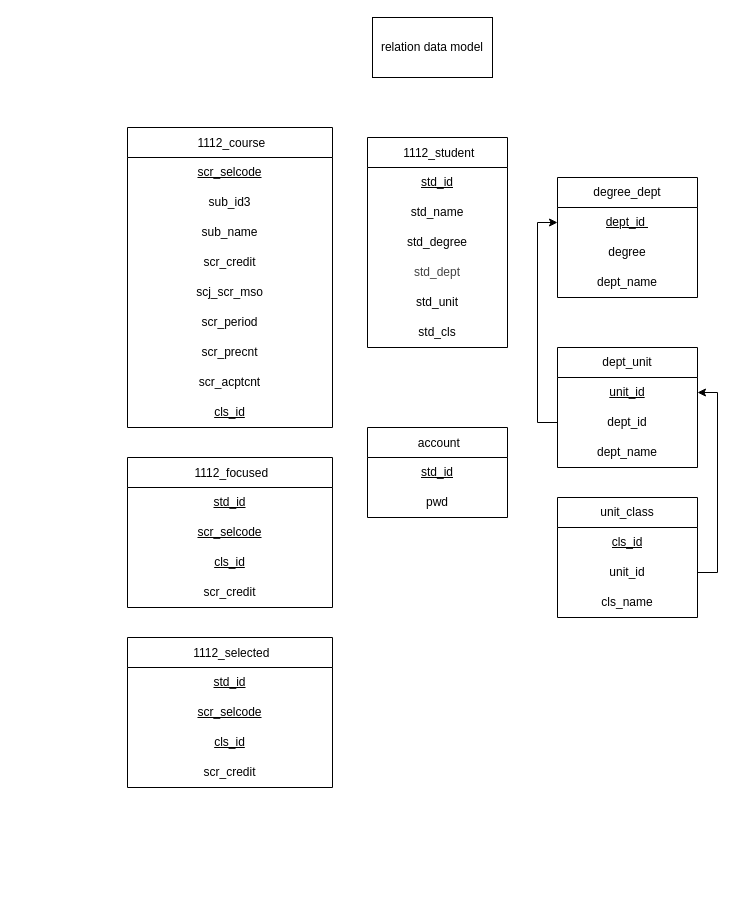
Earlier version of the draw.io diagram DB Schema 設計/relation data model.drawio (SparrowTen/FCU_CourseSearch). Source tidied: cells renumbered, new cells numbered last; positions are measured from the earlier drawing's top-left corner, leaving out a move shared by most shapes. Both pictures are drawn from the tidied source at 100%, with x=0, y=0 at pixel (127, 17).
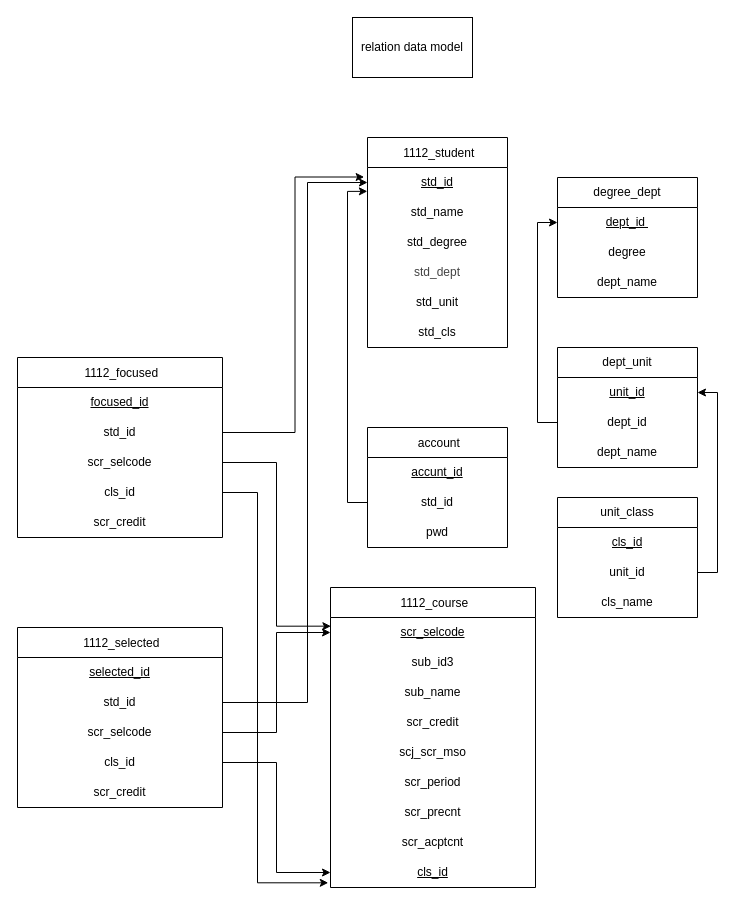
The same page after the edit.

Commit message:
新增foreign key

The change refers to these unchanged cells:
```xml
<mxCell id="4" value="scr_selcode" style="text;strokeColor=none;fillColor=none;align=center;verticalAlign=middle;spacingLeft=4;spacingRight=4;overflow=hidden;points=[[0,0.5],[1,0.5]];portConstraint=eastwest;whiteSpace=wrap;html=1;fontStyle=4;fontFamily=Helvetica;fontSize=12;" parent="3" vertex="1">
  <mxGeometry y="30" width="205" height="30" as="geometry" />
</mxCell>
<mxCell id="12" value="&lt;div style=&quot;line-height: 19px; font-size: 12px;&quot;&gt;&lt;font style=&quot;font-size: 12px;&quot;&gt;cls_id&lt;/font&gt;&lt;br style=&quot;font-size: 12px;&quot;&gt;&lt;/div&gt;" style="text;strokeColor=none;fillColor=none;align=center;verticalAlign=middle;spacingLeft=4;spacingRight=4;overflow=hidden;points=[[0,0.5],[1,0.5]];portConstraint=eastwest;html=1;whiteSpace=wrap;labelBackgroundColor=none;fontColor=default;fontFamily=Helvetica;fontStyle=4;fontSize=12;" parent="3" vertex="1">
  <mxGeometry y="270" width="205" height="30" as="geometry" />
</mxCell>
<mxCell id="14" value="std_id" style="text;strokeColor=none;fillColor=none;align=center;verticalAlign=middle;spacingLeft=4;spacingRight=4;overflow=hidden;points=[[0,0.5],[1,0.5]];portConstraint=eastwest;whiteSpace=wrap;html=1;fontStyle=4;fontFamily=Helvetica;fontSize=12;" parent="13" vertex="1">
  <mxGeometry y="30" width="140" height="30" as="geometry" />
</mxCell>
```

Diff of the diagram source:
```diff
@@
     <mxCell id="2" value="relation data model" style="rounded=0;whiteSpace=wrap;html=1;fontFamily=Helvetica;fontSize=12;" parent="1" vertex="1">
-      <mxGeometry x="245" width="120" height="60" as="geometry" />
+      <mxGeometry x="225" width="120" height="60" as="geometry" />
     </mxCell>
     <mxCell id="3" value="&lt;a style=&quot;box-sizing: border-box; color: rgb(0, 0, 0); text-decoration-line: none; padding-left: 0.3em; line-height: 1.5em; height: 1.5em; position: relative; z-index: 100; vertical-align: sub; font-size: 12px; text-align: left;&quot; title=&quot;瀏覽&quot; href=&quot;http://localhost/phpmyadmin/index.php?route=/sql&amp;amp;pos=0&amp;amp;db=fcu&amp;amp;table=1112_course&quot; class=&quot;hover_show_full&quot;&gt;1112_course&lt;/a&gt;" style="swimlane;fontStyle=0;horizontal=1;startSize=30;whiteSpace=wrap;html=1;fontFamily=Helvetica;fontSize=12;" parent="1" vertex="1">
-      <mxGeometry y="110" width="205" height="300" as="geometry" />
+      <mxGeometry x="203" y="570" width="205" height="300" as="geometry" />
     </mxCell>
@@
     <mxCell id="20" value="&lt;a style=&quot;box-sizing: border-box; color: rgb(0, 0, 0); text-decoration-line: none; padding-left: 0.3em; line-height: 1.5em; height: 1.5em; position: relative; z-index: 100; vertical-align: sub; font-size: 12px; text-align: left;&quot; title=&quot;瀏覽&quot; href=&quot;http://localhost/phpmyadmin/index.php?route=/sql&amp;amp;pos=0&amp;amp;db=fcu&amp;amp;table=1112_focused&quot; class=&quot;hover_show_full&quot;&gt;1112_focused&lt;/a&gt;" style="swimlane;fontStyle=0;horizontal=1;startSize=30;whiteSpace=wrap;html=1;fontFamily=Helvetica;fontSize=12;" parent="1" vertex="1">
-      <mxGeometry y="440" width="205" height="150" as="geometry" />
+      <mxGeometry x="-110" y="340" width="205" height="180" as="geometry" />
     </mxCell>
+    <mxCell id="47" value="focused_id" style="text;strokeColor=none;fillColor=none;align=center;verticalAlign=middle;spacingLeft=4;spacingRight=4;overflow=hidden;whiteSpace=wrap;html=1;fontStyle=4;fontFamily=Helvetica;fontSize=12;" parent="20" vertex="1">
+      <mxGeometry y="30" width="205" height="30" as="geometry" />
+    </mxCell>
-    <mxCell id="21" value="std_id" style="text;strokeColor=none;fillColor=none;align=center;verticalAlign=middle;spacingLeft=4;spacingRight=4;overflow=hidden;points=[[0,0.5],[1,0.5]];portConstraint=eastwest;whiteSpace=wrap;html=1;fontStyle=4;fontFamily=Helvetica;fontSize=12;" parent="20" vertex="1">
-      <mxGeometry y="30" width="205" height="30" as="geometry" />
+    <mxCell id="21" value="std_id" style="text;strokeColor=none;fillColor=none;align=center;verticalAlign=middle;spacingLeft=4;spacingRight=4;overflow=hidden;points=[[0,0.5],[1,0.5]];portConstraint=eastwest;whiteSpace=wrap;html=1;fontStyle=0;fontFamily=Helvetica;fontSize=12;" parent="20" vertex="1">
+      <mxGeometry y="60" width="205" height="30" as="geometry" />
     </mxCell>
-    <mxCell id="22" value="scr_selcode" style="text;strokeColor=none;fillColor=none;align=center;verticalAlign=middle;spacingLeft=4;spacingRight=4;overflow=hidden;points=[[0,0.5],[1,0.5]];portConstraint=eastwest;whiteSpace=wrap;html=1;fontStyle=4;fontFamily=Helvetica;fontSize=12;" parent="20" vertex="1">
-      <mxGeometry y="60" width="205" height="30" as="geometry" />
+    <mxCell id="22" value="scr_selcode" style="text;strokeColor=none;fillColor=none;align=center;verticalAlign=middle;spacingLeft=4;spacingRight=4;overflow=hidden;points=[[0,0.5],[1,0.5]];portConstraint=eastwest;whiteSpace=wrap;html=1;fontStyle=0;fontFamily=Helvetica;fontSize=12;" parent="20" vertex="1">
+      <mxGeometry y="90" width="205" height="30" as="geometry" />
     </mxCell>
-    <mxCell id="23" value="cls_id" style="text;strokeColor=none;fillColor=none;align=center;verticalAlign=middle;spacingLeft=4;spacingRight=4;overflow=hidden;points=[[0,0.5],[1,0.5]];portConstraint=eastwest;whiteSpace=wrap;html=1;fontStyle=4;fontFamily=Helvetica;fontSize=12;" parent="20" vertex="1">
-      <mxGeometry y="90" width="205" height="30" as="geometry" />
+    <mxCell id="23" value="cls_id" style="text;strokeColor=none;fillColor=none;align=center;verticalAlign=middle;spacingLeft=4;spacingRight=4;overflow=hidden;points=[[0,0.5],[1,0.5]];portConstraint=eastwest;whiteSpace=wrap;html=1;fontStyle=0;fontFamily=Helvetica;fontSize=12;" parent="20" vertex="1">
+      <mxGeometry y="120" width="205" height="30" as="geometry" />
     </mxCell>
     <mxCell id="24" value="scr_credit" style="text;strokeColor=none;fillColor=none;align=center;verticalAlign=middle;spacingLeft=4;spacingRight=4;overflow=hidden;whiteSpace=wrap;html=1;fontFamily=Helvetica;fontSize=12;" parent="20" vertex="1">
-      <mxGeometry y="120" width="205" height="30" as="geometry" />
+      <mxGeometry y="150" width="205" height="30" as="geometry" />
     </mxCell>
     <mxCell id="25" value="&lt;a style=&quot;box-sizing: border-box; color: rgb(0, 0, 0); text-decoration-line: none; padding-left: 0.3em; line-height: 1.5em; height: 1.5em; position: relative; z-index: 100; vertical-align: sub; font-size: 12px; text-align: left;&quot; title=&quot;瀏覽&quot; href=&quot;http://localhost/phpmyadmin/index.php?route=/sql&amp;amp;pos=0&amp;amp;db=fcu&amp;amp;table=1112_selected&quot; class=&quot;hover_show_full&quot;&gt;1112_selected&lt;/a&gt;" style="swimlane;fontStyle=0;horizontal=1;startSize=30;whiteSpace=wrap;html=1;fontFamily=Helvetica;fontSize=12;" parent="1" vertex="1">
-      <mxGeometry y="620" width="205" height="150" as="geometry" />
+      <mxGeometry x="-110" y="610" width="205" height="180" as="geometry" />
     </mxCell>
+    <mxCell id="48" value="selected_id" style="text;strokeColor=none;fillColor=none;align=center;verticalAlign=middle;spacingLeft=4;spacingRight=4;overflow=hidden;whiteSpace=wrap;html=1;fontStyle=4;fontFamily=Helvetica;fontSize=12;" parent="25" vertex="1">
+      <mxGeometry y="30" width="205" height="30" as="geometry" />
+    </mxCell>
-    <mxCell id="26" value="std_id" style="text;strokeColor=none;fillColor=none;align=center;verticalAlign=middle;spacingLeft=4;spacingRight=4;overflow=hidden;points=[[0,0.5],[1,0.5]];portConstraint=eastwest;whiteSpace=wrap;html=1;fontStyle=4;fontFamily=Helvetica;fontSize=12;" parent="25" vertex="1">
-      <mxGeometry y="30" width="205" height="30" as="geometry" />
+    <mxCell id="26" value="std_id" style="text;strokeColor=none;fillColor=none;align=center;verticalAlign=middle;spacingLeft=4;spacingRight=4;overflow=hidden;points=[[0,0.5],[1,0.5]];portConstraint=eastwest;whiteSpace=wrap;html=1;fontStyle=0;fontFamily=Helvetica;fontSize=12;" parent="25" vertex="1">
+      <mxGeometry y="60" width="205" height="30" as="geometry" />
     </mxCell>
-    <mxCell id="27" value="scr_selcode" style="text;strokeColor=none;fillColor=none;align=center;verticalAlign=middle;spacingLeft=4;spacingRight=4;overflow=hidden;points=[[0,0.5],[1,0.5]];portConstraint=eastwest;whiteSpace=wrap;html=1;fontStyle=4;fontFamily=Helvetica;fontSize=12;" parent="25" vertex="1">
-      <mxGeometry y="60" width="205" height="30" as="geometry" />
+    <mxCell id="27" value="scr_selcode" style="text;strokeColor=none;fillColor=none;align=center;verticalAlign=middle;spacingLeft=4;spacingRight=4;overflow=hidden;points=[[0,0.5],[1,0.5]];portConstraint=eastwest;whiteSpace=wrap;html=1;fontStyle=0;fontFamily=Helvetica;fontSize=12;" parent="25" vertex="1">
+      <mxGeometry y="90" width="205" height="30" as="geometry" />
     </mxCell>
-    <mxCell id="28" value="cls_id" style="text;strokeColor=none;fillColor=none;align=center;verticalAlign=middle;spacingLeft=4;spacingRight=4;overflow=hidden;points=[[0,0.5],[1,0.5]];portConstraint=eastwest;whiteSpace=wrap;html=1;fontStyle=4;fontFamily=Helvetica;fontSize=12;" parent="25" vertex="1">
-      <mxGeometry y="90" width="205" height="30" as="geometry" />
+    <mxCell id="28" value="cls_id" style="text;strokeColor=none;fillColor=none;align=center;verticalAlign=middle;spacingLeft=4;spacingRight=4;overflow=hidden;points=[[0,0.5],[1,0.5]];portConstraint=eastwest;whiteSpace=wrap;html=1;fontStyle=0;fontFamily=Helvetica;fontSize=12;" parent="25" vertex="1">
+      <mxGeometry y="120" width="205" height="30" as="geometry" />
     </mxCell>
     <mxCell id="29" value="scr_credit" style="text;strokeColor=none;fillColor=none;align=center;verticalAlign=middle;spacingLeft=4;spacingRight=4;overflow=hidden;whiteSpace=wrap;html=1;fontFamily=Helvetica;fontSize=12;" parent="25" vertex="1">
-      <mxGeometry y="120" width="205" height="30" as="geometry" />
+      <mxGeometry y="150" width="205" height="30" as="geometry" />
     </mxCell>
     <mxCell id="30" value="&lt;a style=&quot;box-sizing: border-box; color: rgb(0, 0, 0); text-decoration-line: none; padding-left: 0.3em; line-height: 1.5em; height: 1.5em; position: relative; z-index: 100; vertical-align: sub; font-size: 12px; text-align: left;&quot; title=&quot;瀏覽&quot; href=&quot;http://localhost/phpmyadmin/index.php?route=/sql&amp;amp;pos=0&amp;amp;db=fcu&amp;amp;table=account&quot; class=&quot;hover_show_full&quot;&gt;account&lt;/a&gt;" style="swimlane;fontStyle=0;horizontal=1;startSize=30;whiteSpace=wrap;html=1;fontFamily=Helvetica;fontSize=12;" parent="1" vertex="1">
-      <mxGeometry x="240" y="410" width="140" height="90" as="geometry" />
+      <mxGeometry x="240" y="410" width="140" height="120" as="geometry" />
     </mxCell>
+    <mxCell id="49" value="accunt_id" style="text;strokeColor=none;fillColor=none;align=center;verticalAlign=middle;spacingLeft=4;spacingRight=4;overflow=hidden;whiteSpace=wrap;html=1;fontStyle=4;fontFamily=Helvetica;fontSize=12;" parent="30" vertex="1">
+      <mxGeometry y="30" width="140" height="30" as="geometry" />
+    </mxCell>
-    <mxCell id="31" value="std_id" style="text;strokeColor=none;fillColor=none;align=center;verticalAlign=middle;spacingLeft=4;spacingRight=4;overflow=hidden;points=[[0,0.5],[1,0.5]];portConstraint=eastwest;whiteSpace=wrap;html=1;fontStyle=4;fontFamily=Helvetica;fontSize=12;" parent="30" vertex="1">
-      <mxGeometry y="30" width="140" height="30" as="geometry" />
+    <mxCell id="31" value="std_id" style="text;strokeColor=none;fillColor=none;align=center;verticalAlign=middle;spacingLeft=4;spacingRight=4;overflow=hidden;points=[[0,0.5],[1,0.5]];portConstraint=eastwest;whiteSpace=wrap;html=1;fontStyle=0;fontFamily=Helvetica;fontSize=12;" parent="30" vertex="1">
+      <mxGeometry y="60" width="140" height="30" as="geometry" />
     </mxCell>
     <mxCell id="32" value="pwd" style="text;strokeColor=none;fillColor=none;align=center;verticalAlign=middle;spacingLeft=4;spacingRight=4;overflow=hidden;whiteSpace=wrap;html=1;fontFamily=Helvetica;fontSize=12;" parent="30" vertex="1">
-      <mxGeometry y="60" width="140" height="30" as="geometry" />
+      <mxGeometry y="90" width="140" height="30" as="geometry" />
     </mxCell>
@@
+    <mxCell id="50" style="edgeStyle=orthogonalEdgeStyle;rounded=0;jettySize=auto;html=1;exitX=0;exitY=0.5;exitDx=0;exitDy=0;entryX=-0.001;entryY=0.795;entryDx=0;entryDy=0;entryPerimeter=0;" parent="1" edge="1" source="31" target="14">
+      <mxGeometry relative="1" as="geometry" />
+    </mxCell>
+    <mxCell id="51" style="edgeStyle=orthogonalEdgeStyle;rounded=0;jettySize=auto;html=1;exitX=1;exitY=0.5;exitDx=0;exitDy=0;entryX=-0.024;entryY=0.317;entryDx=0;entryDy=0;entryPerimeter=0;" parent="1" edge="1" source="21" target="14">
+      <mxGeometry relative="1" as="geometry" />
+    </mxCell>
+    <mxCell id="52" style="edgeStyle=orthogonalEdgeStyle;rounded=0;jettySize=auto;html=1;exitX=1;exitY=0.5;exitDx=0;exitDy=0;entryX=0.002;entryY=0.289;entryDx=0;entryDy=0;entryPerimeter=0;" parent="1" edge="1" source="22" target="4">
+      <mxGeometry relative="1" as="geometry" />
+    </mxCell>
+    <mxCell id="53" style="edgeStyle=orthogonalEdgeStyle;rounded=0;jettySize=auto;html=1;exitX=1;exitY=0.5;exitDx=0;exitDy=0;entryX=-0.011;entryY=0.844;entryDx=0;entryDy=0;entryPerimeter=0;" parent="1" edge="1" source="23" target="12">
+      <mxGeometry relative="1" as="geometry">
+        <Array as="points">
+          <mxPoint x="130" y="475" />
+          <mxPoint x="130" y="865" />
+        </Array>
+      </mxGeometry>
+    </mxCell>
+    <mxCell id="54" style="edgeStyle=orthogonalEdgeStyle;rounded=0;jettySize=auto;html=1;exitX=1;exitY=0.5;exitDx=0;exitDy=0;entryX=0;entryY=0.5;entryDx=0;entryDy=0;" parent="1" edge="1" source="26" target="14">
+      <mxGeometry relative="1" as="geometry">
+        <Array as="points">
+          <mxPoint x="180" y="685" />
+          <mxPoint x="180" y="165" />
+        </Array>
+      </mxGeometry>
+    </mxCell>
+    <mxCell id="55" style="edgeStyle=orthogonalEdgeStyle;rounded=0;jettySize=auto;html=1;exitX=1;exitY=0.5;exitDx=0;exitDy=0;entryX=0;entryY=0.5;entryDx=0;entryDy=0;" parent="1" edge="1" source="27" target="4">
+      <mxGeometry relative="1" as="geometry" />
+    </mxCell>
+    <mxCell id="56" style="edgeStyle=orthogonalEdgeStyle;rounded=0;jettySize=auto;html=1;exitX=1;exitY=0.5;exitDx=0;exitDy=0;entryX=0;entryY=0.5;entryDx=0;entryDy=0;" parent="1" edge="1" source="28" target="12">
+      <mxGeometry relative="1" as="geometry" />
+    </mxCell>
```
